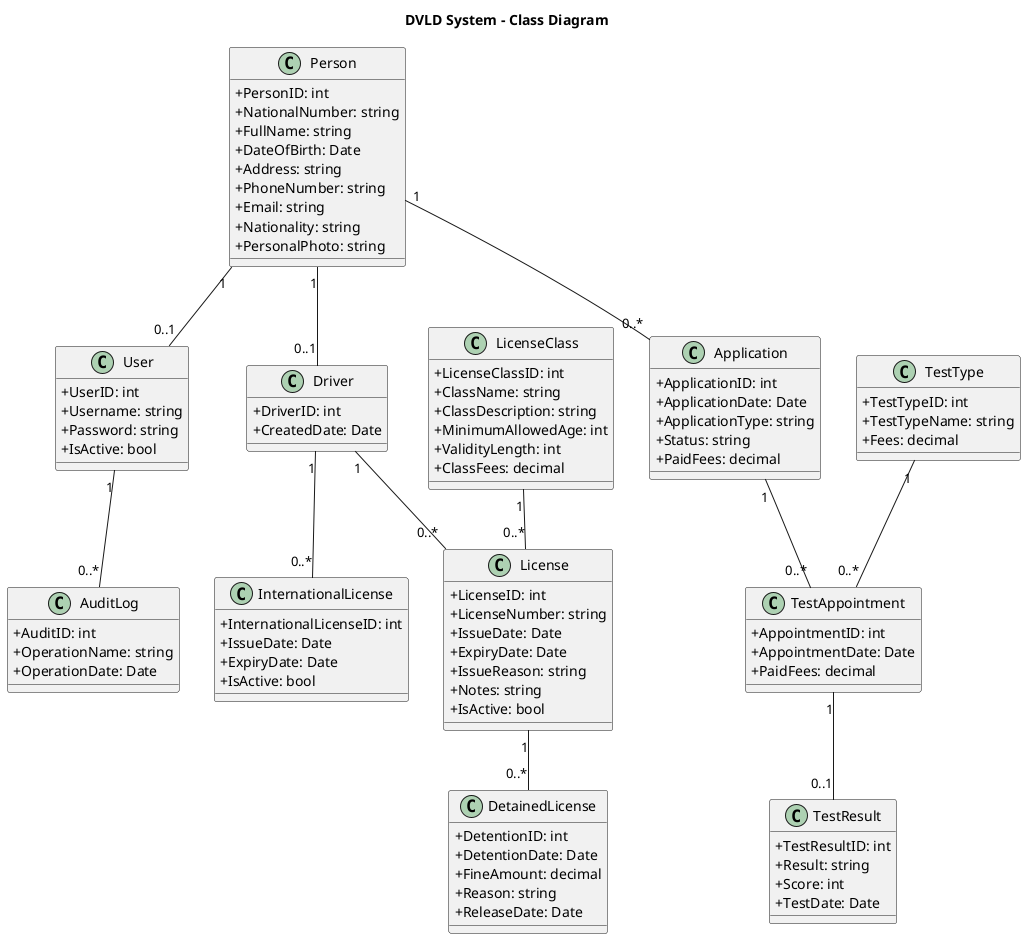
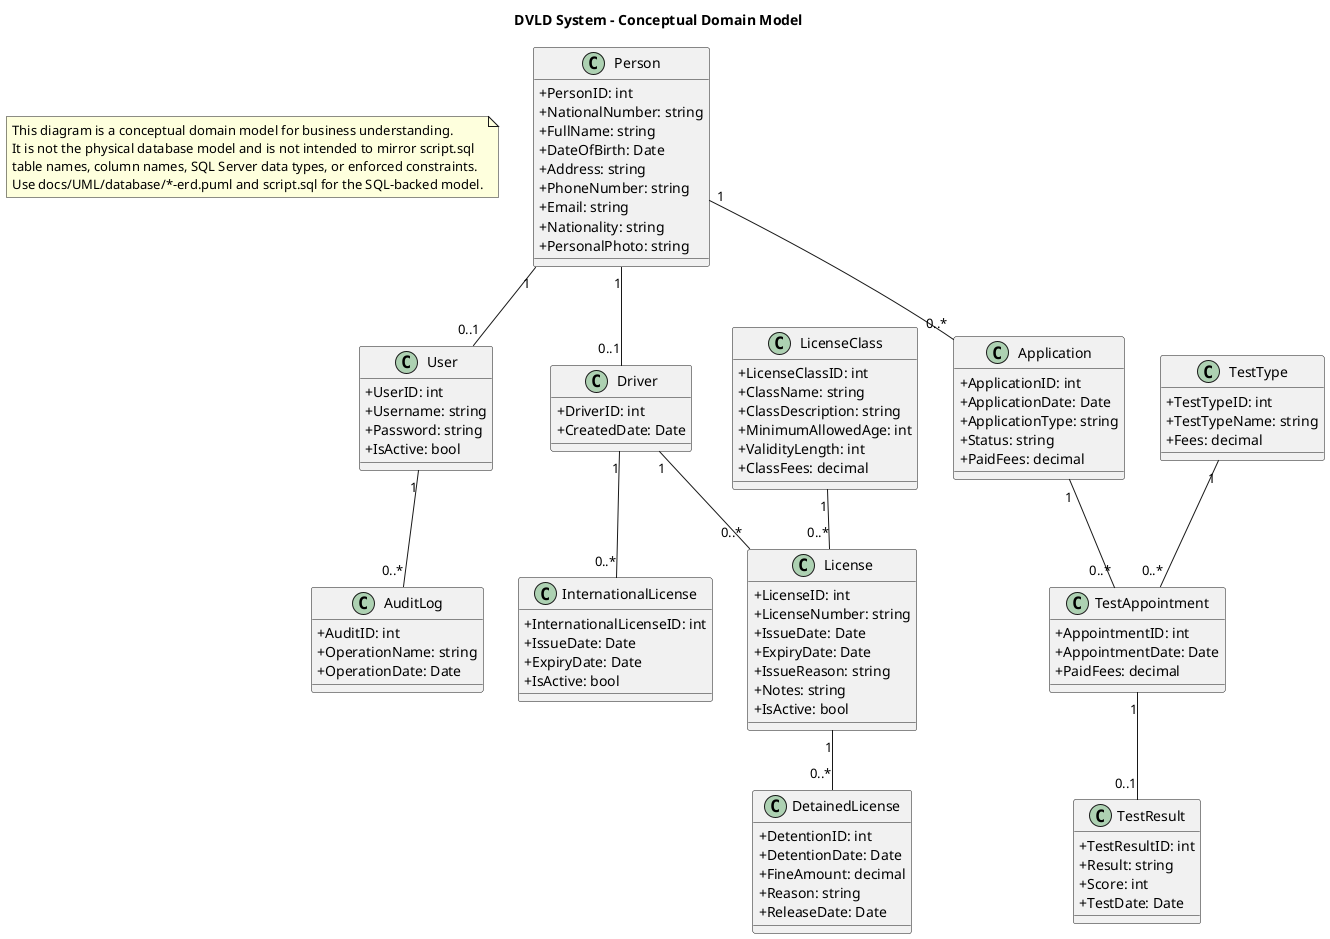
@startuml class-diagram
- title DVLD System - Class Diagram
+ title DVLD System - Conceptual Domain Model

skinparam classAttributeIconSize 0
skinparam shadowing false
+ 
+ note as ConceptualModelNote
+ This diagram is a conceptual domain model for business understanding.
+ It is not the physical database model and is not intended to mirror script.sql
+ table names, column names, SQL Server data types, or enforced constraints.
+ Use docs/UML/database/*-erd.puml and script.sql for the SQL-backed model.
+ end note

class Person {
  +PersonID: int
  +NationalNumber: string
  +FullName: string
  +DateOfBirth: Date
  +Address: string
  +PhoneNumber: string
  +Email: string
  +Nationality: string
  +PersonalPhoto: string
}

class User {
  +UserID: int
  +Username: string
  +Password: string
  +IsActive: bool
}

class Driver {
  +DriverID: int
  +CreatedDate: Date
}

class Application {
  +ApplicationID: int
  +ApplicationDate: Date
  +ApplicationType: string
  +Status: string
  +PaidFees: decimal
}

class License {
  +LicenseID: int
  +LicenseNumber: string
  +IssueDate: Date
  +ExpiryDate: Date
  +IssueReason: string
  +Notes: string
  +IsActive: bool
}

class LicenseClass {
  +LicenseClassID: int
  +ClassName: string
  +ClassDescription: string
  +MinimumAllowedAge: int
  +ValidityLength: int
  +ClassFees: decimal
}

class TestAppointment {
  +AppointmentID: int
  +AppointmentDate: Date
  +PaidFees: decimal
}

class TestResult {
  +TestResultID: int
  +Result: string
  +Score: int
  +TestDate: Date
}

class TestType {
  +TestTypeID: int
  +TestTypeName: string
  +Fees: decimal
}

class DetainedLicense {
  +DetentionID: int
  +DetentionDate: Date
  +FineAmount: decimal
  +Reason: string
  +ReleaseDate: Date
}

class InternationalLicense {
  +InternationalLicenseID: int
  +IssueDate: Date
  +ExpiryDate: Date
  +IsActive: bool
}

class AuditLog {
  +AuditID: int
  +OperationName: string
  +OperationDate: Date
}

Person "1" -- "0..1" User
Person "1" -- "0..1" Driver
Person "1" -- "0..*" Application
Driver "1" -- "0..*" License
LicenseClass "1" -- "0..*" License
Application "1" -- "0..*" TestAppointment
TestType "1" -- "0..*" TestAppointment
TestAppointment "1" -- "0..1" TestResult
License "1" -- "0..*" DetainedLicense
Driver "1" -- "0..*" InternationalLicense
User "1" -- "0..*" AuditLog

- @enduml+ @enduml
